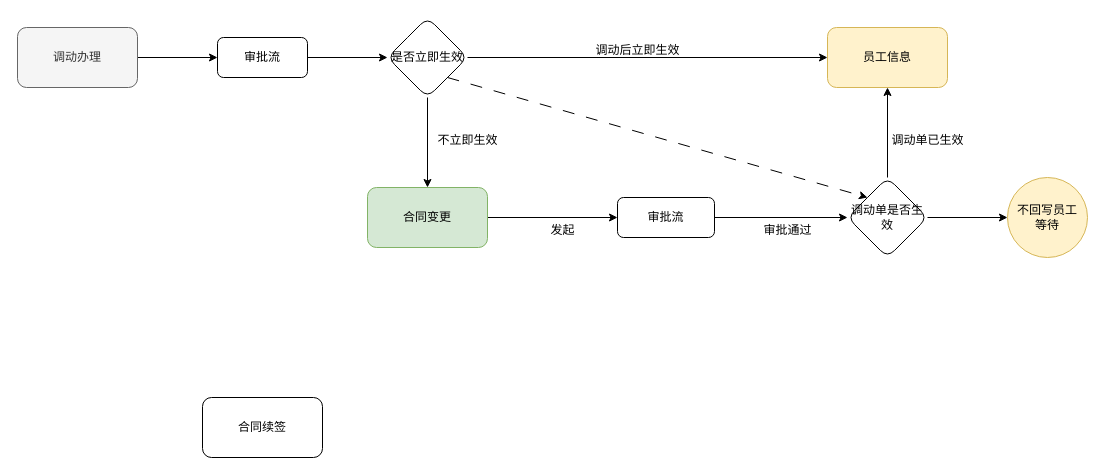
This is 合同变更.drawio from Super-YYQ/drawIo, a draw.io file, before an edit. Source tidied: cells renumbered, new cells numbered last; positions are measured from the earlier drawing's top-left corner, leaving out a move shared by most shapes. Both pictures are drawn from the tidied source at 100%, with x=0, y=0 at pixel (17, 17).
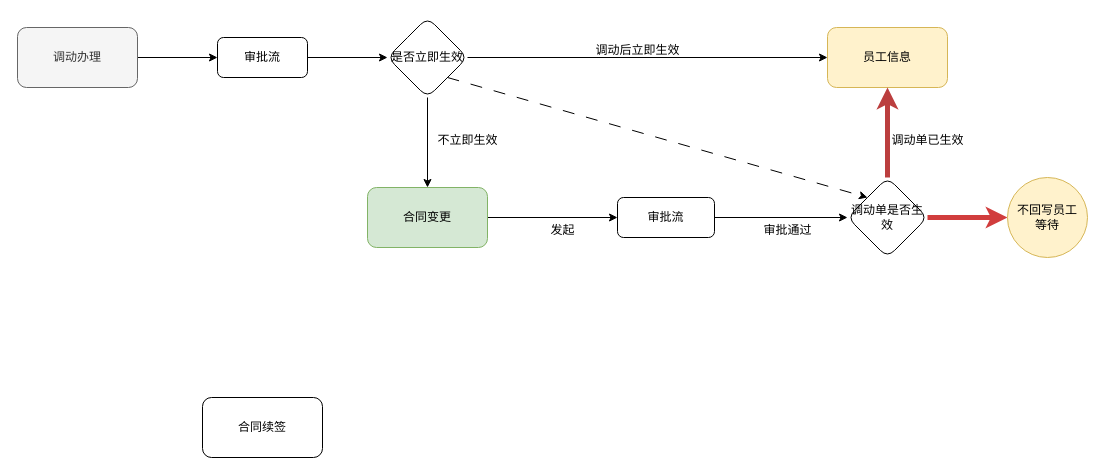
After the change.

Commit message (it also covers changes not shown here):
更新合同变更.drawio

The change refers to these unchanged cells:
```xml
<mxCell id="9" value="员工信息" style="whiteSpace=wrap;html=1;rounded=1;fillColor=#fff2cc;strokeColor=#d6b656;" parent="1" vertex="1">
  <mxGeometry x="810" y="10" width="120" height="60" as="geometry" />
</mxCell>
<mxCell id="16" value="调动单是否生效" style="rhombus;whiteSpace=wrap;html=1;rounded=1;" parent="1" vertex="1">
  <mxGeometry x="830" y="160" width="80" height="80" as="geometry" />
</mxCell>
<mxCell id="21" value="不回写员工&lt;br&gt;等待" style="ellipse;whiteSpace=wrap;html=1;rounded=1;fillColor=#fff2cc;strokeColor=#d6b656;" parent="1" vertex="1">
  <mxGeometry x="990" y="160" width="80" height="80" as="geometry" />
</mxCell>
```

The edit, as a diff of the source:
```diff
@@
-    <mxCell id="14" style="edgeStyle=orthogonalEdgeStyle;rounded=0;jettySize=auto;html=1;entryX=0.5;entryY=1;entryDx=0;entryDy=0;" parent="1" edge="1" source="16" target="9">
+    <mxCell id="14" style="edgeStyle=orthogonalEdgeStyle;rounded=0;jettySize=auto;html=1;entryX=0.5;entryY=1;entryDx=0;entryDy=0;strokeWidth=5;strokeColor=#bb3e3e;" parent="1" edge="1" source="16" target="9">
       <mxGeometry relative="1" as="geometry" />
     </mxCell>
-    <mxCell id="15" style="edgeStyle=orthogonalEdgeStyle;rounded=0;jettySize=auto;html=1;" parent="1" edge="1" source="16" target="21">
+    <mxCell id="15" style="edgeStyle=orthogonalEdgeStyle;rounded=0;jettySize=auto;html=1;strokeWidth=5;strokeColor=#d13d3d;" parent="1" edge="1" source="16" target="21">
       <mxGeometry relative="1" as="geometry" />
     </mxCell>
```
